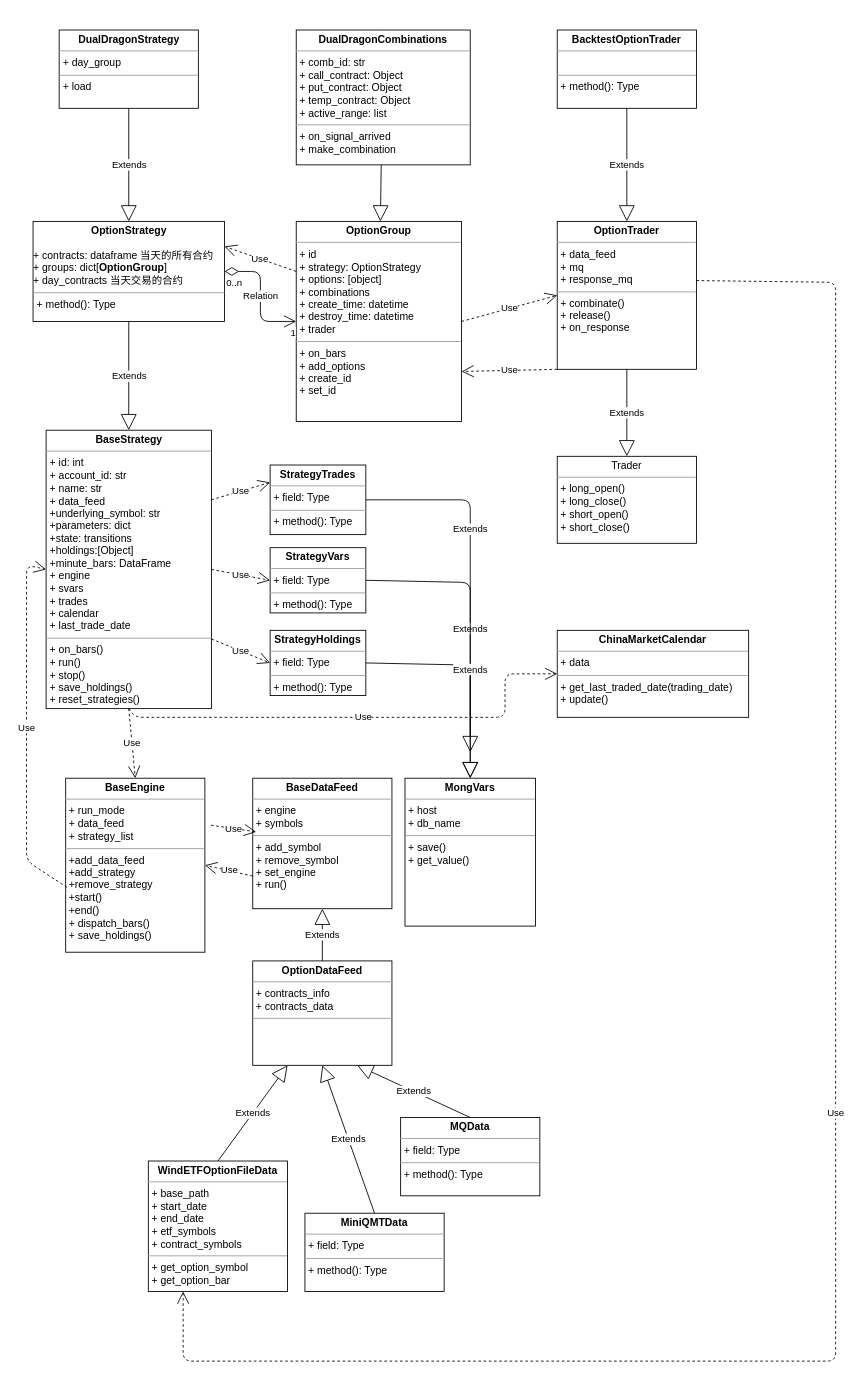
Above: page "第 1 页" (1 of 2) of arch.drawio in pentcn/oquant (draw.io), before the change. Source tidied: cells renumbered, new cells numbered last; positions are measured from the earlier drawing's top-left corner, leaving out a move shared by most shapes. Both pictures are drawn from the tidied source at 87%, with x=0, y=0 at pixel (26, 30).
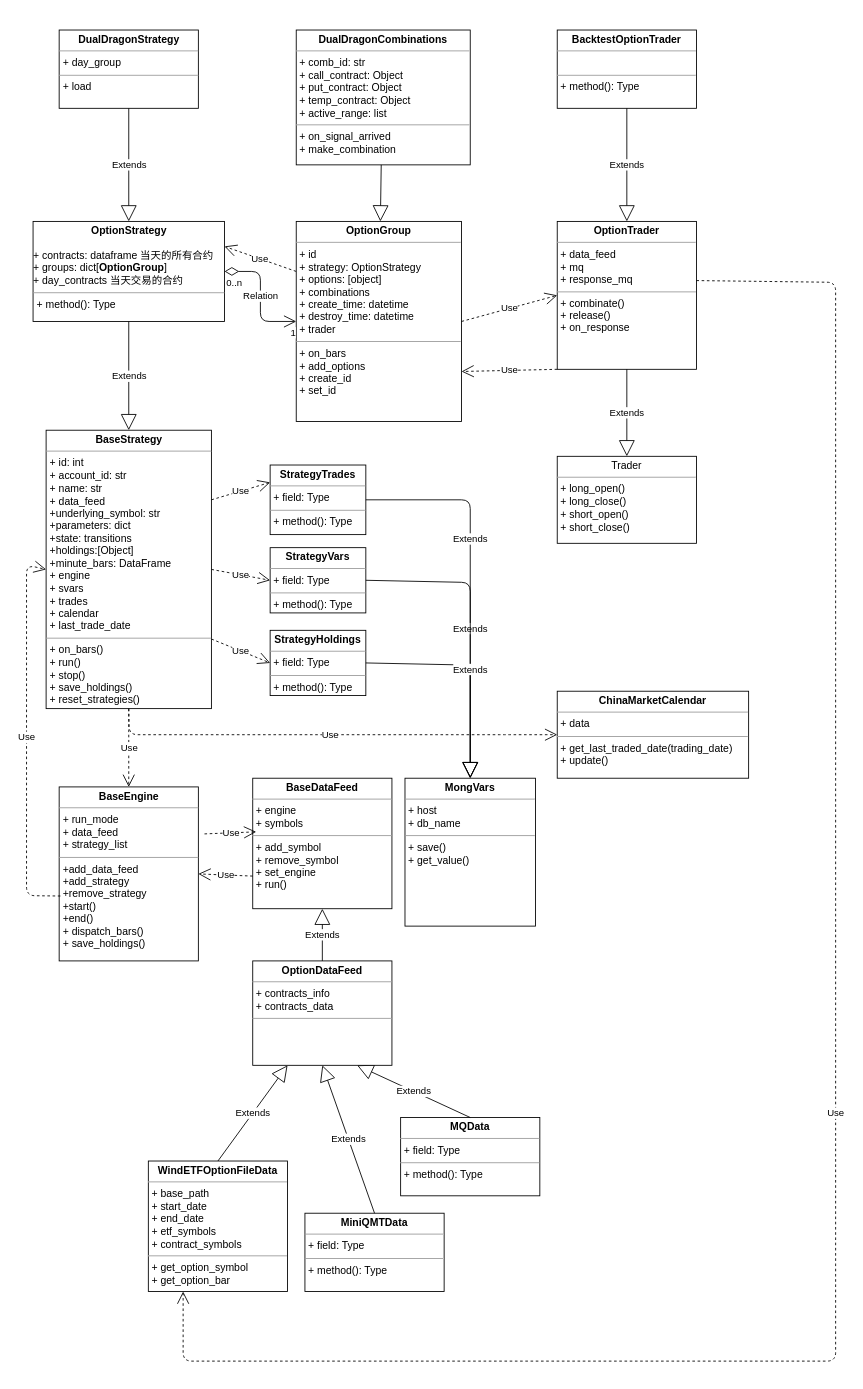
The same page after the edit.

The change refers to these unchanged cells:
```xml
<mxCell id="2" value="&lt;p style=&quot;margin:0px;margin-top:4px;text-align:center;&quot;&gt;&lt;b&gt;BaseStrategy&lt;/b&gt;&lt;/p&gt;&lt;hr size=&quot;1&quot;&gt;&lt;p style=&quot;margin:0px;margin-left:4px;&quot;&gt;+ id: int&lt;/p&gt;&lt;p style=&quot;margin:0px;margin-left:4px;&quot;&gt;+&amp;nbsp;account_id: str&lt;br&gt;+ name: str&lt;/p&gt;&lt;p style=&quot;margin:0px;margin-left:4px;&quot;&gt;+ data_feed&lt;br&gt;+underlying_symbol: str&lt;br&gt;&lt;span style=&quot;background-color: initial;&quot;&gt;+parameters: dict&lt;/span&gt;&lt;br&gt;&lt;/p&gt;&lt;p style=&quot;margin:0px;margin-left:4px;&quot;&gt;+state: transitions&lt;br&gt;+holdings:[Object]&lt;br&gt;+minute_bars: DataFrame&lt;/p&gt;&lt;p style=&quot;margin:0px;margin-left:4px;&quot;&gt;+ engine&lt;/p&gt;&lt;p style=&quot;margin:0px;margin-left:4px;&quot;&gt;+ svars&lt;br&gt;+ trades&lt;/p&gt;&lt;p style=&quot;margin:0px;margin-left:4px;&quot;&gt;+ calendar&lt;/p&gt;&lt;p style=&quot;margin:0px;margin-left:4px;&quot;&gt;+ last_trade_date&lt;/p&gt;&lt;hr size=&quot;1&quot;&gt;&lt;p style=&quot;margin:0px;margin-left:4px;&quot;&gt;&lt;span style=&quot;background-color: initial;&quot;&gt;+ on_bars()&lt;/span&gt;&lt;br&gt;&lt;/p&gt;&lt;p style=&quot;margin:0px;margin-left:4px;&quot;&gt;+ run()&lt;/p&gt;&lt;p style=&quot;margin:0px;margin-left:4px;&quot;&gt;+ stop()&lt;/p&gt;&lt;p style=&quot;margin:0px;margin-left:4px;&quot;&gt;+ save_holdings()&lt;/p&gt;&lt;p style=&quot;margin:0px;margin-left:4px;&quot;&gt;+ reset_strategies()&lt;/p&gt;" style="verticalAlign=top;align=left;overflow=fill;fontSize=12;fontFamily=Helvetica;html=1;" parent="1" vertex="1">
  <mxGeometry x="22.5" y="460" width="190" height="320" as="geometry" />
</mxCell>
<mxCell id="35" value="&lt;p style=&quot;margin:0px;margin-top:4px;text-align:center;&quot;&gt;&lt;b&gt;MongVars&lt;/b&gt;&lt;/p&gt;&lt;hr size=&quot;1&quot;&gt;&lt;p style=&quot;margin:0px;margin-left:4px;&quot;&gt;+ host&lt;/p&gt;&lt;p style=&quot;margin:0px;margin-left:4px;&quot;&gt;+ db_name&lt;br&gt;&lt;/p&gt;&lt;hr size=&quot;1&quot;&gt;&lt;p style=&quot;margin:0px;margin-left:4px;&quot;&gt;+ save()&lt;/p&gt;&lt;p style=&quot;margin:0px;margin-left:4px;&quot;&gt;+ get_value()&lt;/p&gt;" style="verticalAlign=top;align=left;overflow=fill;fontSize=12;fontFamily=Helvetica;html=1;" parent="1" vertex="1">
  <mxGeometry x="435" y="860" width="150" height="170" as="geometry" />
</mxCell>
<mxCell id="40" value="&lt;p style=&quot;margin:0px;margin-top:4px;text-align:center;&quot;&gt;&lt;b&gt;StrategyTrades&lt;/b&gt;&lt;br&gt;&lt;/p&gt;&lt;hr size=&quot;1&quot;&gt;&lt;p style=&quot;margin:0px;margin-left:4px;&quot;&gt;+ field: Type&lt;/p&gt;&lt;hr size=&quot;1&quot;&gt;&lt;p style=&quot;margin:0px;margin-left:4px;&quot;&gt;+ method(): Type&lt;/p&gt;" style="verticalAlign=top;align=left;overflow=fill;fontSize=12;fontFamily=Helvetica;html=1;" parent="1" vertex="1">
  <mxGeometry x="280" y="500" width="110" height="80" as="geometry" />
</mxCell>
```

Diff of the diagram source:
```diff
@@
     <mxCell id="9" value="&lt;p style=&quot;margin:0px;margin-top:4px;text-align:center;&quot;&gt;&lt;b&gt;BaseEngine&lt;/b&gt;&lt;/p&gt;&lt;hr size=&quot;1&quot;&gt;&lt;p style=&quot;margin:0px;margin-left:4px;&quot;&gt;+ run_mode&lt;br&gt;+ data_feed&lt;br&gt;+ strategy_list&lt;/p&gt;&lt;hr size=&quot;1&quot;&gt;&lt;p style=&quot;margin:0px;margin-left:4px;&quot;&gt;+add_data_feed&lt;/p&gt;&lt;p style=&quot;margin:0px;margin-left:4px;&quot;&gt;+add_strategy&lt;/p&gt;&lt;p style=&quot;margin:0px;margin-left:4px;&quot;&gt;+remove_strategy&lt;/p&gt;&lt;p style=&quot;margin:0px;margin-left:4px;&quot;&gt;+start()&lt;/p&gt;&lt;p style=&quot;margin:0px;margin-left:4px;&quot;&gt;+end()&lt;/p&gt;&lt;p style=&quot;margin:0px;margin-left:4px;&quot;&gt;+ dispatch_bars()&lt;br&gt;+ save_holdings()&lt;/p&gt;" style="verticalAlign=top;align=left;overflow=fill;fontSize=12;fontFamily=Helvetica;html=1;" parent="1" vertex="1">
-      <mxGeometry x="45" y="860" width="160" height="200" as="geometry" />
+      <mxGeometry x="37.5" y="870" width="160" height="200" as="geometry" />
     </mxCell>
     <mxCell id="10" value="Use" style="endArrow=open;endSize=12;dashed=1;html=1;exitX=0.009;exitY=0.627;exitDx=0;exitDy=0;exitPerimeter=0;entryX=0;entryY=0.5;entryDx=0;entryDy=0;" parent="1" edge="1" source="9" target="2">
       <mxGeometry relative="1" as="geometry">
         <Array as="points">
-          <mxPoint y="955" />
+          <mxPoint y="995" />
           <mxPoint y="615" />
         </Array>
       </mxGeometry>
     </mxCell>
@@
-    <mxCell id="41" value="Extends" style="endArrow=block;endSize=16;endFill=0;html=1;exitX=1;exitY=0.5;exitDx=0;exitDy=0;" parent="1" edge="1" source="40">
+    <mxCell id="41" value="Extends" style="endArrow=block;endSize=16;endFill=0;html=1;exitX=1;exitY=0.5;exitDx=0;exitDy=0;entryX=0.5;entryY=0;entryDx=0;entryDy=0;" parent="1" edge="1" source="40" target="35">
       <mxGeometry x="-0.25" relative="1" as="geometry">
-        <mxPoint x="510" y="830" as="targetPoint" />
         <Array as="points">
           <mxPoint x="510" y="540" />
         </Array>
       </mxGeometry>
     </mxCell>
@@
     <mxCell id="46" value="&lt;p style=&quot;margin:0px;margin-top:4px;text-align:center;&quot;&gt;&lt;b&gt;ChinaMarketCalendar&lt;/b&gt;&lt;/p&gt;&lt;hr size=&quot;1&quot;&gt;&lt;p style=&quot;margin:0px;margin-left:4px;&quot;&gt;+ data&lt;/p&gt;&lt;hr size=&quot;1&quot;&gt;&lt;p style=&quot;margin:0px;margin-left:4px;&quot;&gt;+ get_last_traded_date(trading_date)&lt;/p&gt;&lt;p style=&quot;margin:0px;margin-left:4px;&quot;&gt;+ update()&lt;/p&gt;" style="verticalAlign=top;align=left;overflow=fill;fontSize=12;fontFamily=Helvetica;html=1;" parent="1" vertex="1">
-      <mxGeometry x="610" y="690" width="220" height="100" as="geometry" />
+      <mxGeometry x="610" y="760" width="220" height="100" as="geometry" />
     </mxCell>
     <mxCell id="47" value="Use" style="endArrow=open;endSize=12;dashed=1;html=1;entryX=0;entryY=0.5;entryDx=0;entryDy=0;exitX=0.5;exitY=1;exitDx=0;exitDy=0;" parent="1" edge="1" source="2" target="46">
       <mxGeometry relative="1" as="geometry">
         <Array as="points">
-          <mxPoint x="125" y="790" />
-          <mxPoint x="550" y="790" />
-          <mxPoint x="550" y="740" />
+          <mxPoint x="118" y="810" />
+          <mxPoint x="550" y="810" />
         </Array>
       </mxGeometry>
     </mxCell>
```
